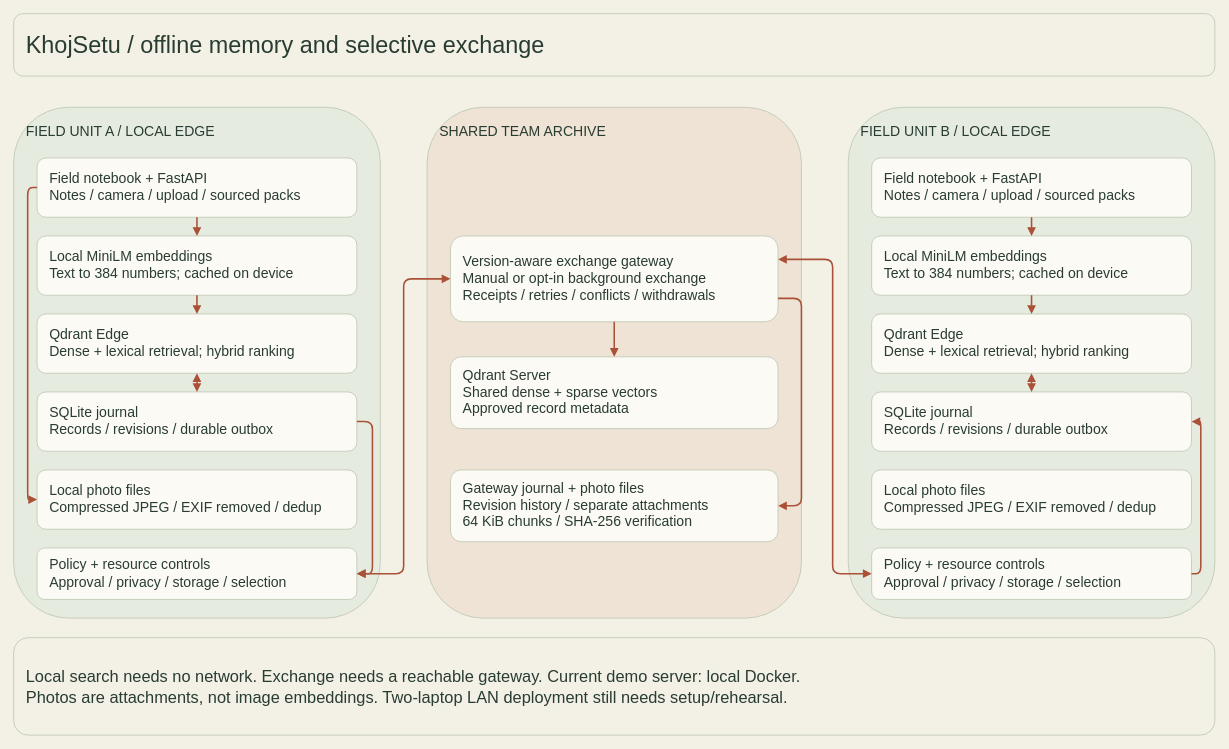
This is page "01 Final architecture" (1 of 2) of public/khojsetu-flow.drawio from kg2655/KhojSetu, a draw.io file, before an edit. Source tidied: cells renumbered, new cells numbered last; positions are measured from the earlier drawing's top-left corner, leaving out a move shared by most shapes. Both pictures are drawn from the tidied source at 78%, with x=0, y=0 at pixel (13, 13).
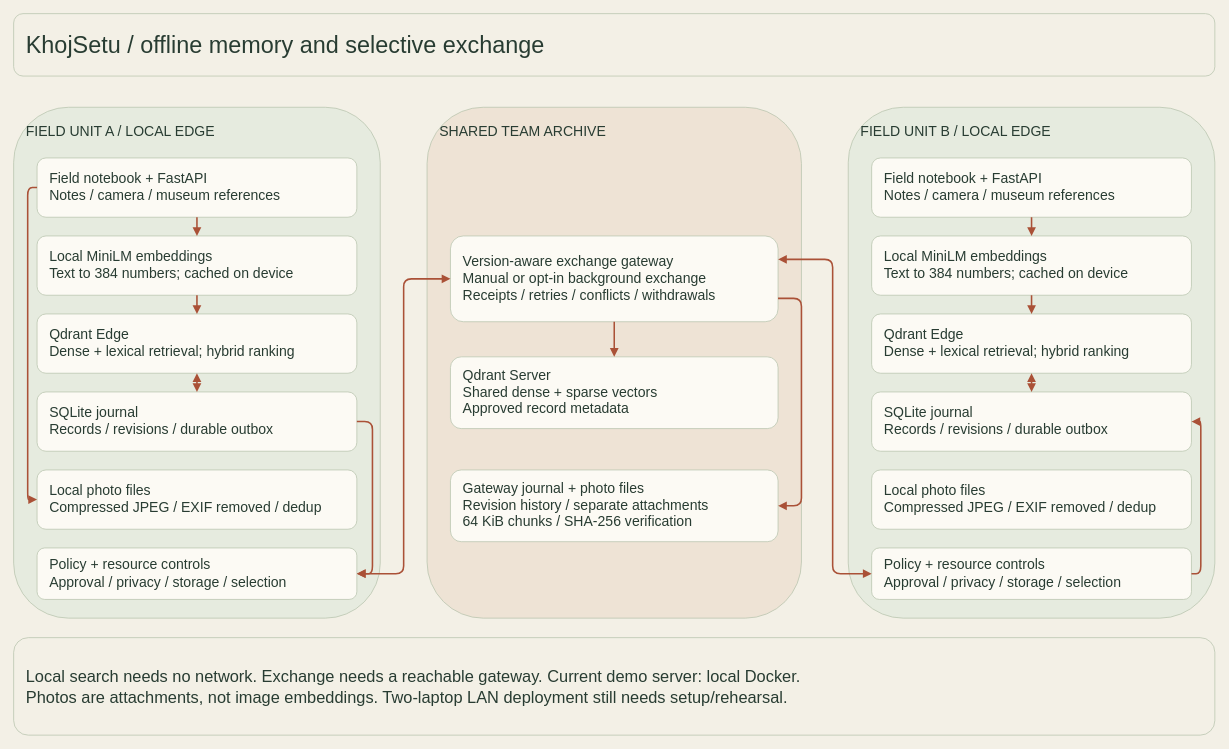
The same page after the edit.

The edit, as a diff of the source:
```diff
@@
-    <mxCell id="6" value="Field notebook + FastAPI&#10;Notes / camera / upload / sourced packs" style="rounded=1;whiteSpace=wrap;html=0;fillColor=#fcfaf4;strokeColor=#bac5b0;fontColor=#283c32;fontSize=18;fontFamily=Helvetica;align=left;spacing=16;" parent="1" vertex="1">
+    <mxCell id="6" value="Field notebook + FastAPI&#10;Notes / camera / museum references" style="rounded=1;whiteSpace=wrap;html=0;fillColor=#fcfaf4;strokeColor=#bac5b0;fontColor=#283c32;fontSize=18;fontFamily=Helvetica;align=left;spacing=16;" parent="1" vertex="1">
       <mxGeometry x="30" y="185" width="410" height="76" as="geometry" />
     </mxCell>
@@
-    <mxCell id="12" value="Field notebook + FastAPI&#10;Notes / camera / upload / sourced packs" style="rounded=1;whiteSpace=wrap;html=0;fillColor=#fcfaf4;strokeColor=#bac5b0;fontColor=#283c32;fontSize=18;fontFamily=Helvetica;align=left;spacing=16;" parent="1" vertex="1">
+    <mxCell id="12" value="Field notebook + FastAPI&#10;Notes / camera / museum references" style="rounded=1;whiteSpace=wrap;html=0;fillColor=#fcfaf4;strokeColor=#bac5b0;fontColor=#283c32;fontSize=18;fontFamily=Helvetica;align=left;spacing=16;" parent="1" vertex="1">
       <mxGeometry x="1100" y="185" width="410" height="76" as="geometry" />
     </mxCell>
```
